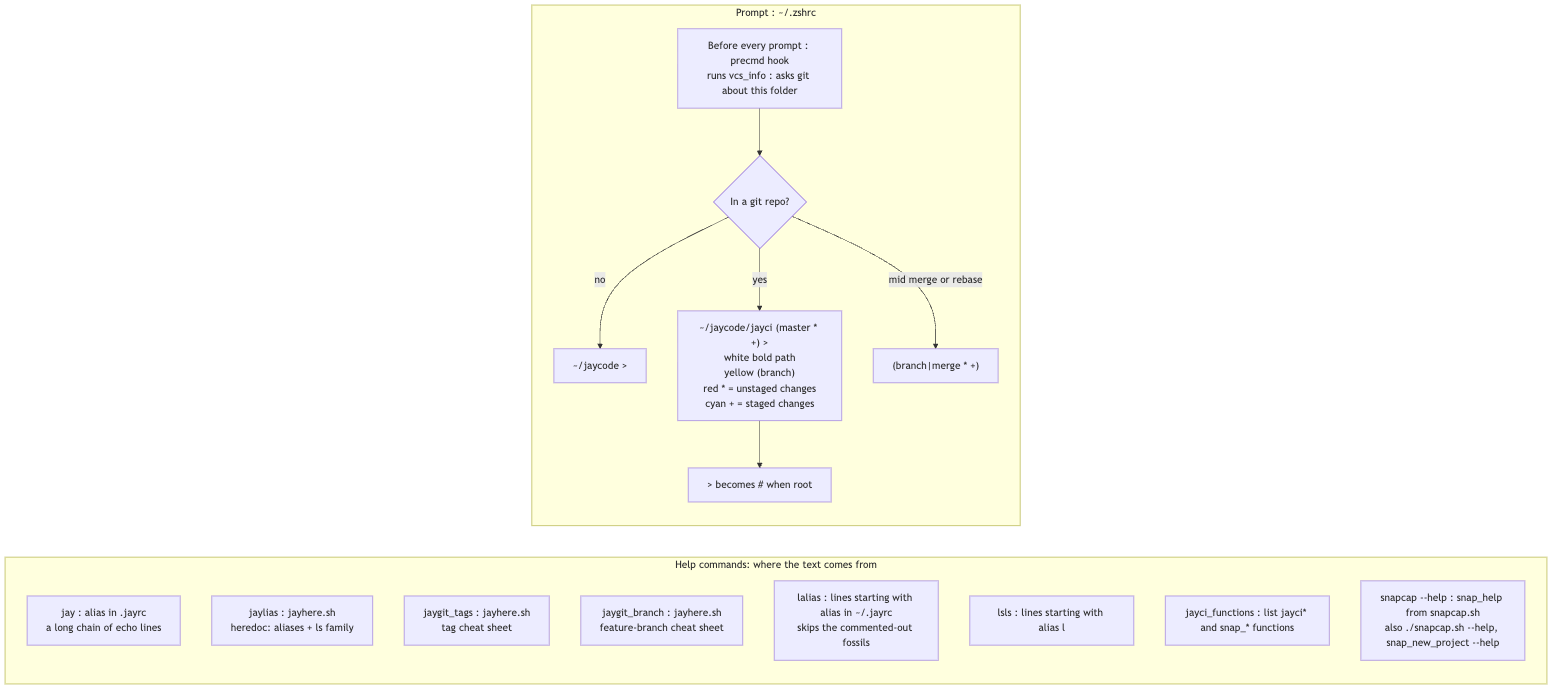
Above: docs/diagrams/8-help-and-prompt.png in jaycody/jayci (Mermaid), before the change. Its source is kept beside it as docs/diagrams/8-help-and-prompt.mmd.
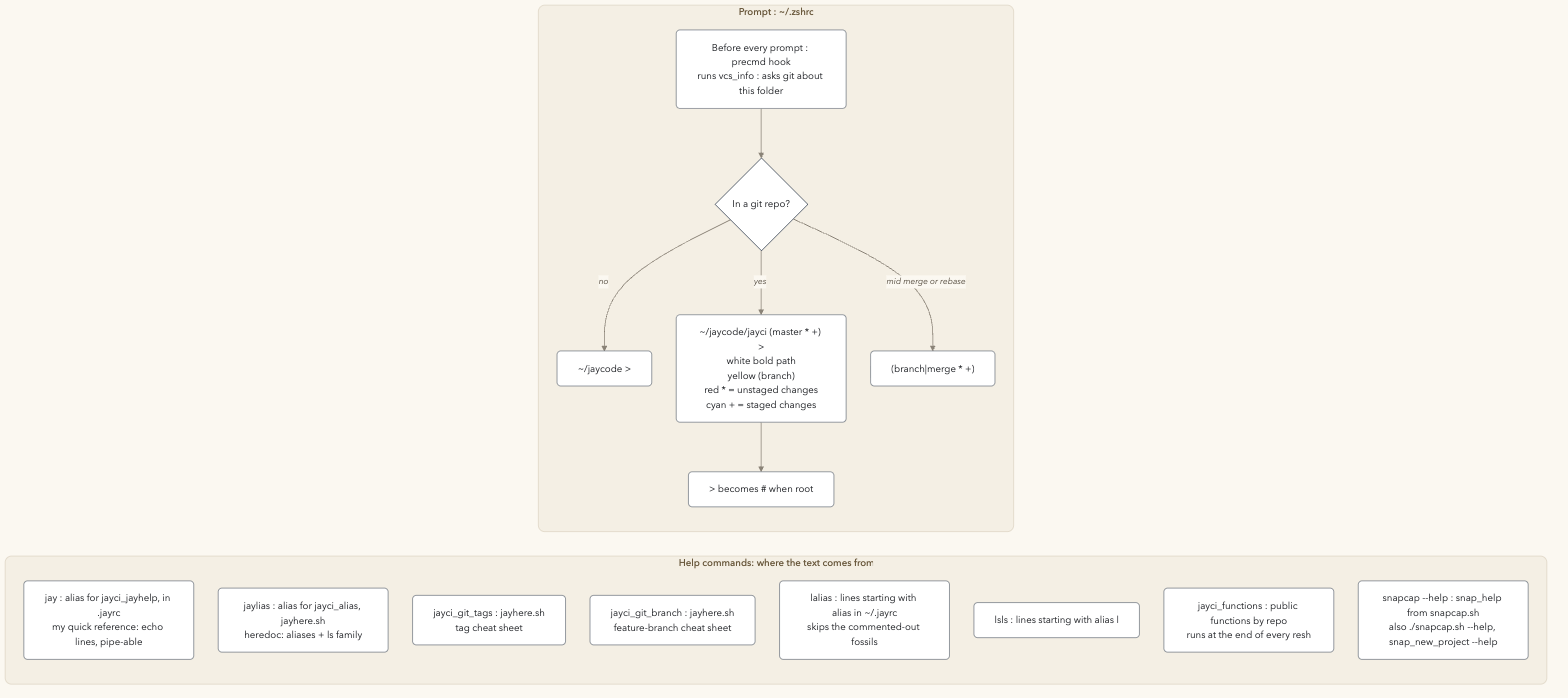
The same diagram one commit later.

The edit, as a diff of the source:
```diff
@@ -1,12 +1,12 @@
 flowchart LR
     subgraph HELP ["Help commands: where the text comes from"]
-        h1["jay : alias in .jayrc<br/>a long chain of echo lines"]
-        h2["jaylias : jayhere.sh<br/>heredoc: aliases + ls family"]
-        h3["jaygit_tags : jayhere.sh<br/>tag cheat sheet"]
-        h4["jaygit_branch : jayhere.sh<br/>feature-branch cheat sheet"]
+        h1["jay : alias for jayci_jayhelp, in .jayrc<br/>my quick reference: echo lines, pipe-able"]
+        h2["jaylias : alias for jayci_alias, jayhere.sh<br/>heredoc: aliases + ls family"]
+        h3["jayci_git_tags : jayhere.sh<br/>tag cheat sheet"]
+        h4["jayci_git_branch : jayhere.sh<br/>feature-branch cheat sheet"]
         h5["lalias : lines starting with alias in ~/.jayrc<br/>skips the commented-out fossils"]
         h6["lsls : lines starting with alias l"]
-        h7["jayci_functions : list jayci* and snap_* functions"]
+        h7["jayci_functions : public functions by repo<br/>runs at the end of every resh"]
         h8["snapcap --help : snap_help from snapcap.sh<br/>also ./snapcap.sh --help, snap_new_project --help"]
     end
 
@@ -18,3 +18,4 @@
         p2 -->|"mid merge or rebase"| p5["(branch|merge * +)"]
         p4 --> p6["> becomes # when root"]
     end
+
```
